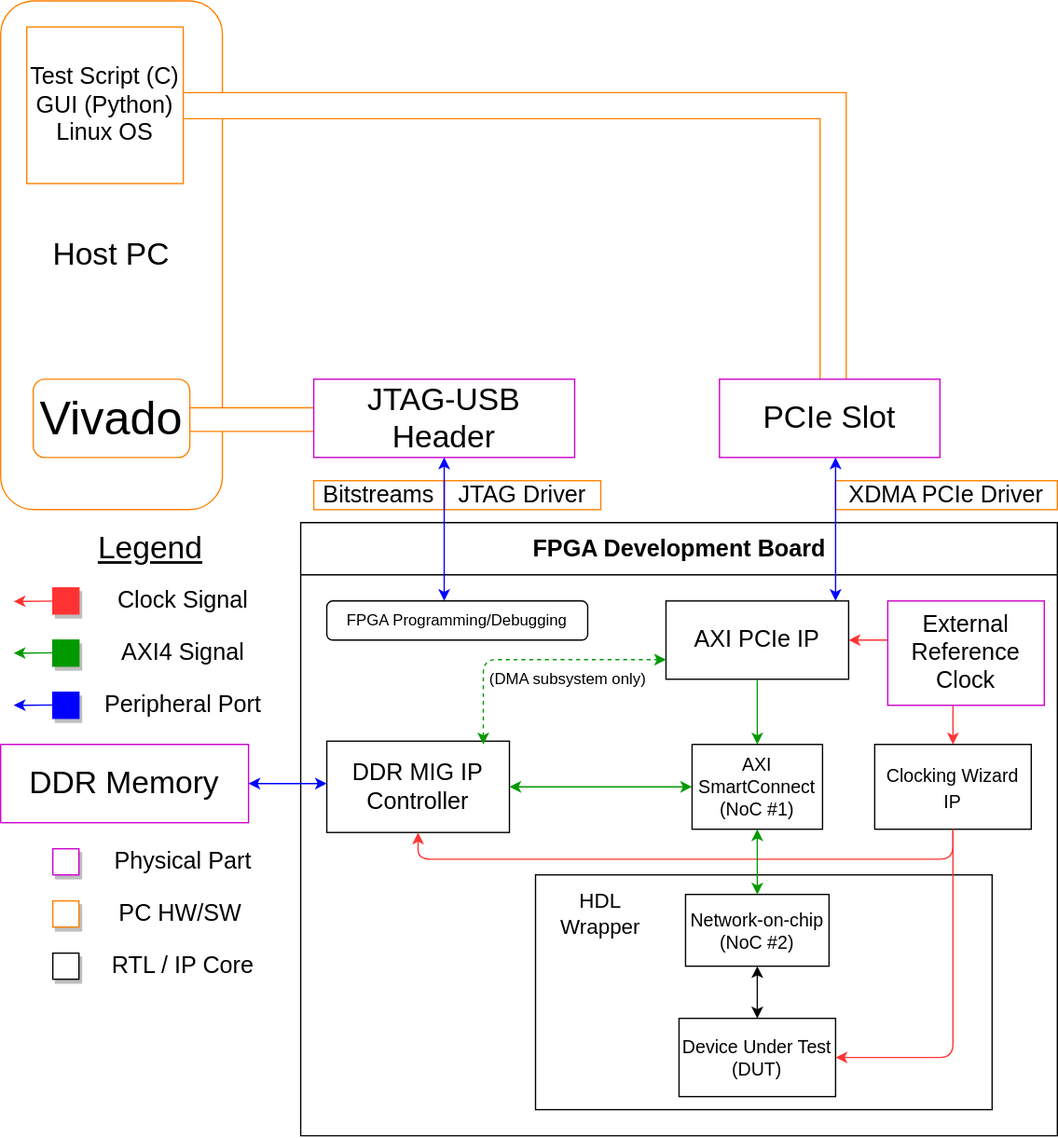
This is docs/images/logos/block_1.svg from fpgaemu/fpgaemu, a draw.io export, as it was before one commit. Source tidied: cells renumbered, new cells last; positions are measured from the earlier drawing's top-left corner, leaving out a move shared by most shapes.
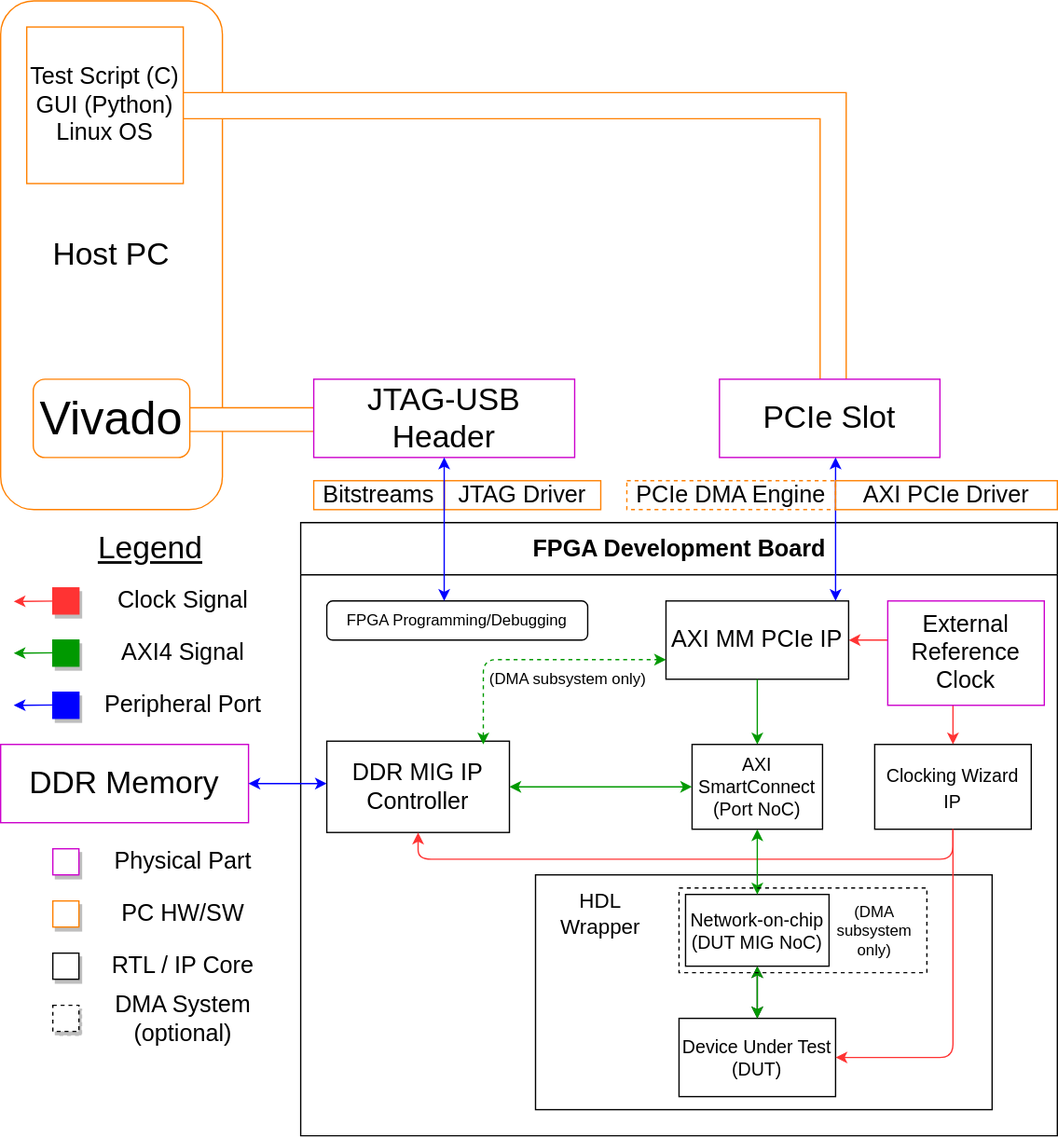
Above is the later version.

Diff of the diagram source:
```diff
@@ -55,7 +55,7 @@
     <mxCell id="15" style="rounded=0;whiteSpace=wrap;html=1;" parent="14" vertex="1">
       <mxGeometry x="180" y="270" width="350" height="180" as="geometry" />
     </mxCell>
-    <mxCell id="16" value="&lt;font style=&quot;font-size: 18px&quot;&gt;AXI PCIe IP&lt;/font&gt;" style="whiteSpace=wrap;html=1;" parent="14" vertex="1">
+    <mxCell id="16" value="&lt;font style=&quot;font-size: 18px&quot;&gt;AXI MM PCIe IP&lt;/font&gt;" style="whiteSpace=wrap;html=1;" parent="14" vertex="1">
       <mxGeometry x="280" y="60" width="140" height="60" as="geometry" />
     </mxCell>
     <mxCell id="17" value="&lt;font style=&quot;font-size: 18px&quot;&gt;DDR MIG IP&lt;br&gt;Controller&lt;/font&gt;" style="whiteSpace=wrap;html=1;" parent="14" vertex="1">
@@ -64,7 +64,7 @@
     <mxCell id="18" style="edgeStyle=orthogonalEdgeStyle;rounded=0;jettySize=auto;html=1;strokeColor=#009900;entryX=0.5;entryY=0;entryDx=0;entryDy=0;" parent="14" edge="1" source="16" target="19">
       <mxGeometry relative="1" as="geometry" />
     </mxCell>
-    <mxCell id="19" value="&lt;font style=&quot;font-size: 14px&quot;&gt;AXI&lt;br&gt;SmartConnect (NoC #1)&lt;/font&gt;" style="whiteSpace=wrap;html=1;" parent="14" vertex="1">
+    <mxCell id="19" value="&lt;font style=&quot;font-size: 14px&quot;&gt;AXI&lt;br&gt;SmartConnect (Port NoC)&lt;/font&gt;" style="whiteSpace=wrap;html=1;" parent="14" vertex="1">
       <mxGeometry x="300" y="170" width="100" height="65" as="geometry" />
     </mxCell>
     <mxCell id="20" style="endArrow=classic;startArrow=classic;html=1;dashed=1;strokeColor=#009900;exitX=0.857;exitY=0.036;exitDx=0;exitDy=0;exitPerimeter=0;entryX=0;entryY=0.75;entryDx=0;entryDy=0;" parent="14" edge="1" source="17" target="16">
@@ -91,7 +91,7 @@
         </Array>
       </mxGeometry>
     </mxCell>
-    <mxCell id="25" value="&lt;font style=&quot;font-size: 14px&quot;&gt;Network-on-chip&lt;br&gt;(NoC #2)&lt;/font&gt;" style="rounded=0;whiteSpace=wrap;html=1;shadow=0;strokeColor=#000000;fillColor=#FFFFFF;" parent="14" vertex="1">
+    <mxCell id="25" value="&lt;font style=&quot;font-size: 14px&quot;&gt;Network-on-chip&lt;br&gt;(DUT MIG NoC)&lt;/font&gt;" style="rounded=0;whiteSpace=wrap;html=1;shadow=0;strokeColor=#000000;fillColor=#FFFFFF;" parent="14" vertex="1">
       <mxGeometry x="295" y="285" width="110" height="55" as="geometry" />
     </mxCell>
     <mxCell id="26" value="&lt;font style=&quot;font-size: 14px&quot;&gt;Device Under Test&lt;br&gt;(DUT)&lt;/font&gt;" style="rounded=0;whiteSpace=wrap;html=1;shadow=0;strokeColor=#000000;fillColor=#FFFFFF;" parent="14" vertex="1">
@@ -135,9 +135,6 @@
     <mxCell id="36" value="&lt;font style=&quot;font-size: 18px&quot;&gt;Test Script (C)&lt;br&gt;GUI (Python)&lt;br&gt;Linux OS&lt;br&gt;&lt;/font&gt;" style="whiteSpace=wrap;html=1;shadow=0;strokeColor=#FF8000;" parent="1" vertex="1">
       <mxGeometry x="20" y="101" width="120" height="120" as="geometry" />
     </mxCell>
-    <mxCell id="37" value="&lt;font style=&quot;font-size: 18px&quot;&gt;XDMA PCIe Driver&lt;/font&gt;" style="text;html=1;strokeColor=#FF8000;fillColor=none;align=center;verticalAlign=middle;whiteSpace=wrap;rounded=0;shadow=0;" parent="1" vertex="1">
-      <mxGeometry x="640" y="448.8" width="170" height="22.2" as="geometry" />
-    </mxCell>
     <mxCell id="38" style="endArrow=classic;startArrow=classic;html=1;entryX=0.75;entryY=0;entryDx=0;entryDy=0;fillColor=#3333FF;strokeColor=#0000FF;" parent="1" edge="1">
       <mxGeometry relative="1" as="geometry">
         <mxPoint x="340" y="431" as="sourcePoint" />
@@ -178,7 +175,7 @@
       <mxGeometry x="40" y="771" width="20" height="20" as="geometry" />
     </mxCell>
     <mxCell id="49" value="&lt;font style=&quot;font-size: 18px&quot;&gt;PC HW/SW&lt;/font&gt;" style="text;html=1;strokeColor=none;fillColor=none;align=center;verticalAlign=middle;whiteSpace=wrap;rounded=0;shadow=0;" parent="1" vertex="1">
-      <mxGeometry x="65.9" y="771" width="144.1" height="20" as="geometry" />
+      <mxGeometry x="68" y="771" width="144.1" height="20" as="geometry" />
     </mxCell>
     <mxCell id="50" style="rounded=0;whiteSpace=wrap;html=1;fillColor=#FFFFFF;strokeColor=#000000;shadow=1;" parent="1" vertex="1">
       <mxGeometry x="40" y="811" width="20" height="20" as="geometry" />
@@ -192,5 +189,28 @@
         <mxPoint x="50" y="620.7" as="targetPoint" />
       </mxGeometry>
     </mxCell>
+    <mxCell id="53" style="endArrow=classic;startArrow=classic;html=1;strokeColor=#009900;fillColor=#80FF00;exitX=0.5;exitY=0;exitDx=0;exitDy=0;" parent="1" edge="1" source="26">
+      <mxGeometry relative="1" as="geometry">
+        <mxPoint x="580" y="821" as="targetPoint" />
+      </mxGeometry>
+    </mxCell>
+    <mxCell id="54" value="(DMA subsystem only)" style="text;html=1;strokeColor=none;fillColor=none;align=center;verticalAlign=middle;whiteSpace=wrap;rounded=0;" parent="1" vertex="1">
+      <mxGeometry x="635" y="769" width="70" height="50" as="geometry" />
+    </mxCell>
+    <mxCell id="55" value="&lt;font style=&quot;font-size: 18px&quot;&gt;PCIe DMA Engine&lt;/font&gt;" style="text;html=1;strokeColor=#FF8000;fillColor=none;align=center;verticalAlign=middle;whiteSpace=wrap;rounded=0;shadow=0;dashed=1;" parent="1" vertex="1">
+      <mxGeometry x="480" y="448.8" width="160" height="22.2" as="geometry" />
+    </mxCell>
+    <mxCell id="37" value="&lt;font style=&quot;font-size: 18px&quot;&gt;AXI PCIe Driver&lt;/font&gt;" style="text;html=1;strokeColor=#FF8000;fillColor=none;align=center;verticalAlign=middle;whiteSpace=wrap;rounded=0;shadow=0;" parent="1" vertex="1">
+      <mxGeometry x="640" y="448.8" width="170" height="22.2" as="geometry" />
+    </mxCell>
+    <mxCell id="56" style="rounded=0;whiteSpace=wrap;html=1;fillColor=#FFFFFF;strokeColor=#000000;shadow=1;dashed=1;" parent="1" vertex="1">
+      <mxGeometry x="40" y="851" width="20" height="20" as="geometry" />
+    </mxCell>
+    <mxCell id="57" value="&lt;font style=&quot;font-size: 18px&quot;&gt;DMA System&lt;br&gt;(optional)&lt;br&gt;&lt;/font&gt;" style="text;html=1;strokeColor=none;fillColor=none;align=center;verticalAlign=middle;whiteSpace=wrap;rounded=0;shadow=0;" parent="1" vertex="1">
+      <mxGeometry x="80" y="852" width="120" height="20" as="geometry" />
+    </mxCell>
+    <mxCell id="58" style="rounded=0;whiteSpace=wrap;html=1;dashed=1;fillColor=none;" parent="1" vertex="1">
+      <mxGeometry x="520" y="761" width="190" height="65" as="geometry" />
+    </mxCell>
   </root>
 </mxGraphModel>
```
